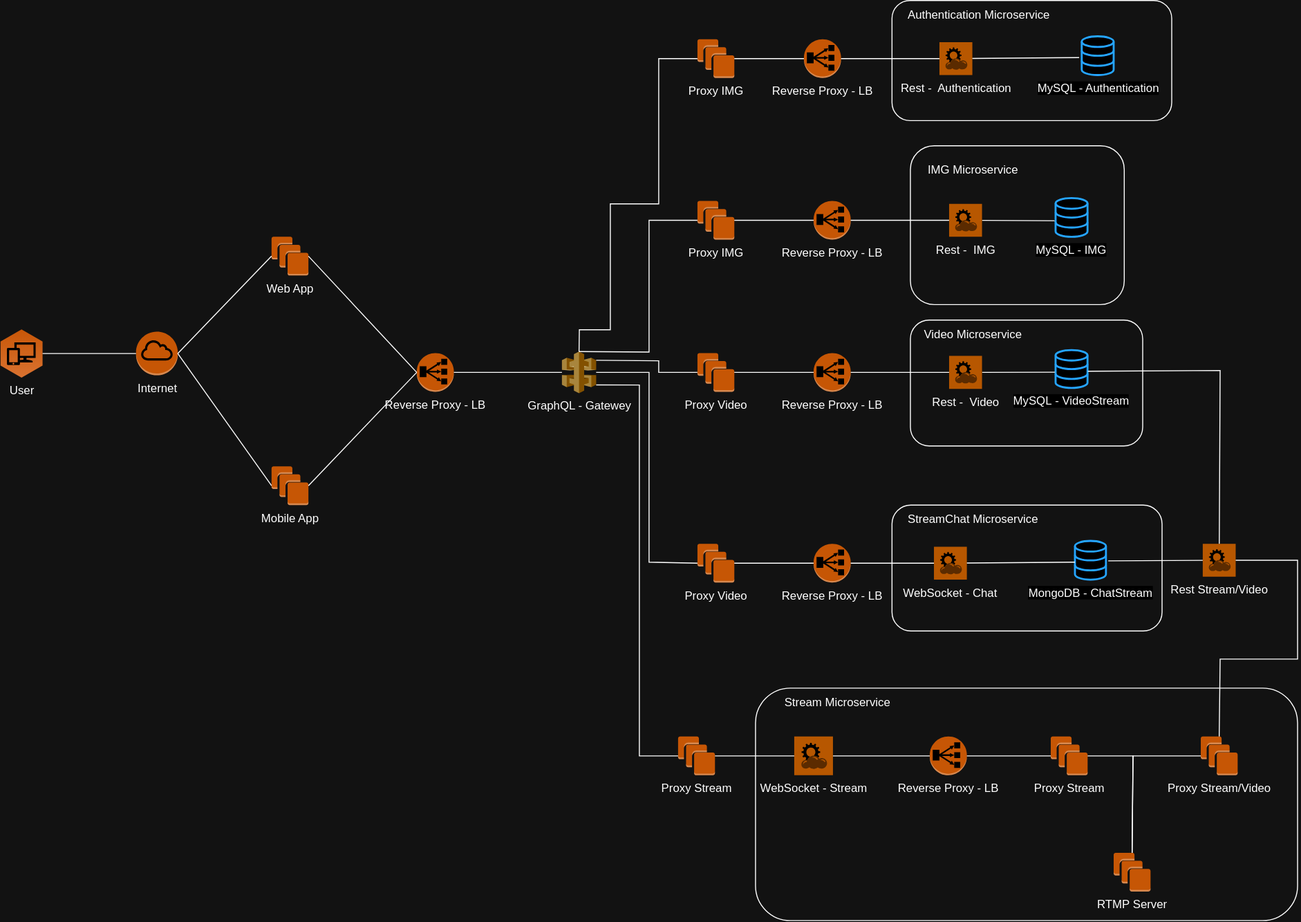
Earlier version of the draw.io export Assets/LivelyArchitecture.svg (felixasela/Lively). Source tidied: cells renumbered, new cells last; positions are measured from the earlier drawing's top-left corner, leaving out a move shared by most shapes.
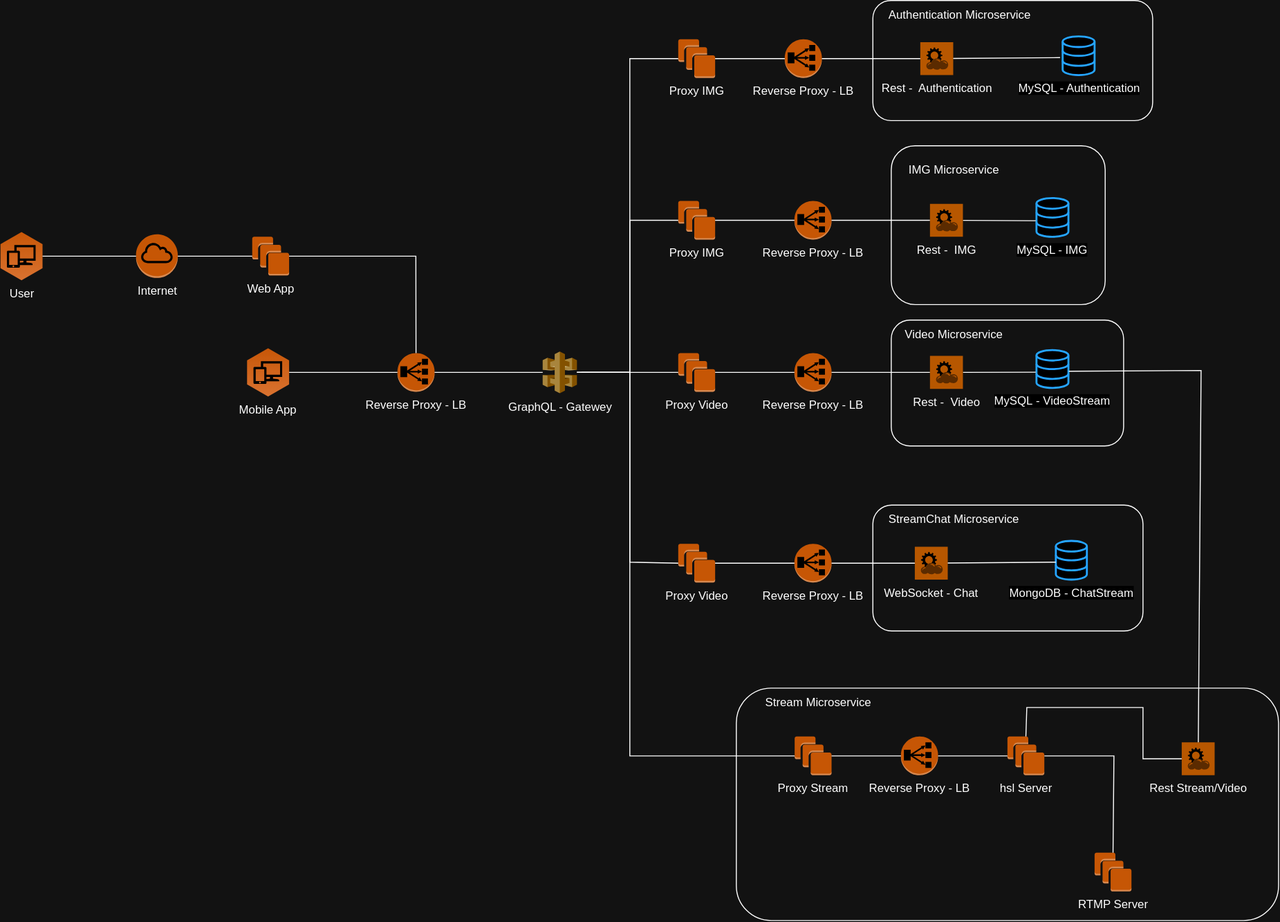
After the change.

The edit, as a diff of the source:
```diff
@@ -2,6 +2,9 @@
   <root>
     <mxCell id="0" />
     <mxCell id="1" parent="0" />
+    <mxCell id="50" style="rounded=1;whiteSpace=wrap;html=1;fillColor=none;" parent="1" vertex="1">
+      <mxGeometry x="780" y="710" width="560" height="240" as="geometry" />
+    </mxCell>
     <mxCell id="2" style="rounded=1;whiteSpace=wrap;html=1;fillColor=none;" parent="1" vertex="1">
       <mxGeometry x="940" y="330" width="240" height="130" as="geometry" />
     </mxCell>
@@ -23,15 +26,13 @@
     <mxCell id="8" value="Web App" style="outlineConnect=0;dashed=0;verticalLabelPosition=bottom;verticalAlign=top;align=center;html=1;shape=mxgraph.aws3.instances;fillColor=#F58534;gradientColor=none;" parent="1" vertex="1">
       <mxGeometry x="280" y="244" width="38.1" height="40" as="geometry" />
     </mxCell>
-    <mxCell id="9" value="Mobile App" style="outlineConnect=0;dashed=0;verticalLabelPosition=bottom;verticalAlign=top;align=center;html=1;shape=mxgraph.aws3.instances;fillColor=#F58534;gradientColor=none;" parent="1" vertex="1">
-      <mxGeometry x="280" y="481" width="38.1" height="40" as="geometry" />
-    </mxCell>
-    <mxCell id="10" style="endArrow=none;html=1;rounded=0;entryX=0;entryY=0.5;entryDx=0;entryDy=0;entryPerimeter=0;exitX=1;exitY=0.5;exitDx=0;exitDy=0;exitPerimeter=0;" parent="1" edge="1" source="8" target="7">
-      <mxGeometry relative="1" as="geometry" />
+    <mxCell id="10" style="endArrow=none;html=1;rounded=0;entryX=0.5;entryY=0;entryDx=0;entryDy=0;entryPerimeter=0;exitX=1;exitY=0.5;exitDx=0;exitDy=0;exitPerimeter=0;" parent="1" edge="1" source="8" target="7">
+      <mxGeometry relative="1" as="geometry">
+        <Array as="points">
+          <mxPoint x="449" y="264" />
+        </Array>
+      </mxGeometry>
     </mxCell>
-    <mxCell id="11" style="endArrow=none;html=1;rounded=0;entryX=0;entryY=0.5;entryDx=0;entryDy=0;entryPerimeter=0;exitX=1;exitY=0.5;exitDx=0;exitDy=0;exitPerimeter=0;" parent="1" edge="1" source="9" target="7">
-      <mxGeometry relative="1" as="geometry" />
-    </mxCell>
     <mxCell id="12" style="endArrow=none;html=1;rounded=0;exitX=1;exitY=0.5;exitDx=0;exitDy=0;exitPerimeter=0;" parent="1" edge="1" source="7" target="5">
       <mxGeometry relative="1" as="geometry" />
     </mxCell>
@@ -47,10 +48,10 @@
     <mxCell id="16" style="endArrow=none;html=1;rounded=0;entryX=0;entryY=0.5;entryDx=0;entryDy=0;entryPerimeter=0;exitX=1;exitY=0.5;exitDx=0;exitDy=0;exitPerimeter=0;" parent="1" edge="1" source="14" target="13">
       <mxGeometry relative="1" as="geometry" />
     </mxCell>
-    <mxCell id="17" style="endArrow=none;html=1;rounded=0;entryX=0;entryY=0.5;entryDx=0;entryDy=0;entryPerimeter=0;exitX=0.5;exitY=0;exitDx=0;exitDy=0;exitPerimeter=0;" parent="1" edge="1" source="5" target="14">
+    <mxCell id="17" style="endArrow=none;html=1;rounded=0;entryX=0;entryY=0.5;entryDx=0;entryDy=0;entryPerimeter=0;" parent="1" edge="1" source="5" target="14">
       <mxGeometry relative="1" as="geometry">
         <Array as="points">
-          <mxPoint x="670" y="363" />
+          <mxPoint x="670" y="384" />
           <mxPoint x="670" y="227" />
         </Array>
       </mxGeometry>
@@ -73,10 +74,10 @@
     <mxCell id="23" style="endArrow=none;html=1;rounded=0;entryX=0;entryY=0.5;entryDx=0;entryDy=0;entryPerimeter=0;exitX=1;exitY=0.5;exitDx=0;exitDy=0;exitPerimeter=0;" parent="1" edge="1" source="21" target="20">
       <mxGeometry relative="1" as="geometry" />
     </mxCell>
-    <mxCell id="24" style="endArrow=none;html=1;rounded=0;entryX=0;entryY=0.5;entryDx=0;entryDy=0;entryPerimeter=0;exitX=1;exitY=0.21;exitDx=0;exitDy=0;exitPerimeter=0;" parent="1" edge="1" source="5" target="21">
+    <mxCell id="24" style="endArrow=none;html=1;rounded=0;entryX=0;entryY=0.5;entryDx=0;entryDy=0;entryPerimeter=0;" parent="1" edge="1" target="21">
       <mxGeometry relative="1" as="geometry">
+        <mxPoint x="620" y="384" as="sourcePoint" />
         <Array as="points">
-          <mxPoint x="680" y="372" />
           <mxPoint x="680" y="384" />
         </Array>
       </mxGeometry>
@@ -85,41 +86,31 @@
       <mxGeometry x="950" y="160" width="110" height="30" as="geometry" />
     </mxCell>
     <mxCell id="26" value="Internet" style="outlineConnect=0;dashed=0;verticalLabelPosition=bottom;verticalAlign=top;align=center;html=1;shape=mxgraph.aws3.internet_gateway;fillColor=#F58534;gradientColor=none;" parent="1" vertex="1">
-      <mxGeometry x="140" y="342" width="43.1" height="45" as="geometry" />
+      <mxGeometry x="160" y="241.5" width="43.1" height="45" as="geometry" />
     </mxCell>
     <mxCell id="27" value="User" style="outlineConnect=0;dashed=0;verticalLabelPosition=bottom;verticalAlign=top;align=center;html=1;shape=mxgraph.aws3.workspaces;fillColor=#D16A28;gradientColor=#F58435;gradientDirection=north;" parent="1" vertex="1">
-      <mxGeometry y="339.6" width="43.4" height="49.8" as="geometry" />
+      <mxGeometry x="20" y="239.1" width="43.4" height="49.8" as="geometry" />
     </mxCell>
     <mxCell id="28" style="endArrow=none;html=1;rounded=0;exitX=1;exitY=0.5;exitDx=0;exitDy=0;exitPerimeter=0;entryX=0;entryY=0.5;entryDx=0;entryDy=0;entryPerimeter=0;" parent="1" edge="1" source="27" target="26">
       <mxGeometry relative="1" as="geometry" />
     </mxCell>
-    <mxCell id="29" style="endArrow=none;html=1;rounded=0;entryX=0;entryY=0.5;entryDx=0;entryDy=0;entryPerimeter=0;exitX=1;exitY=0.5;exitDx=0;exitDy=0;exitPerimeter=0;" parent="1" edge="1" source="26" target="8">
+    <mxCell id="29" style="endArrow=none;html=1;rounded=0;entryX=0;entryY=0.5;entryDx=0;entryDy=0;entryPerimeter=0;exitX=1;exitY=0.5;exitDx=0;exitDy=0;exitPerimeter=0;" parent="1" edge="1" source="9" target="7">
       <mxGeometry relative="1" as="geometry" />
     </mxCell>
-    <mxCell id="30" style="endArrow=none;html=1;rounded=0;entryX=0;entryY=0.5;entryDx=0;entryDy=0;entryPerimeter=0;exitX=1;exitY=0.5;exitDx=0;exitDy=0;exitPerimeter=0;" parent="1" edge="1" source="26" target="9">
-      <mxGeometry relative="1" as="geometry" />
-    </mxCell>
     <mxCell id="31" value="MongoDB - ChatStream" style="html=1;verticalLabelPosition=bottom;align=center;labelBackgroundColor=#ffffff;verticalAlign=top;strokeWidth=2;strokeColor=#0080F0;shadow=0;dashed=0;shape=mxgraph.ios7.icons.data;" parent="1" vertex="1">
       <mxGeometry x="1110" y="558" width="32" height="40" as="geometry" />
     </mxCell>
     <mxCell id="32" value="Reverse Proxy - LB" style="outlineConnect=0;dashed=0;verticalLabelPosition=bottom;verticalAlign=top;align=center;html=1;shape=mxgraph.aws3.classic_load_balancer;fillColor=#F58534;gradientColor=none;" parent="1" vertex="1">
-      <mxGeometry x="960" y="760" width="38.3" height="40" as="geometry" />
+      <mxGeometry x="950" y="760" width="38.3" height="40" as="geometry" />
     </mxCell>
-    <mxCell id="33" value="Proxy Stream" style="outlineConnect=0;dashed=0;verticalLabelPosition=bottom;verticalAlign=top;align=center;html=1;shape=mxgraph.aws3.instances;fillColor=#F58534;gradientColor=none;" parent="1" vertex="1">
-      <mxGeometry x="700" y="760" width="38.1" height="40" as="geometry" />
-    </mxCell>
-    <mxCell id="34" style="endArrow=none;html=1;rounded=0;entryX=0;entryY=0.5;entryDx=0;entryDy=0;entryPerimeter=0;exitX=1;exitY=0.8;exitDx=0;exitDy=0;exitPerimeter=0;" parent="1" edge="1" source="5" target="33">
+    <mxCell id="34" style="endArrow=none;html=1;rounded=0;entryX=0;entryY=0.5;entryDx=0;entryDy=0;entryPerimeter=0;" parent="1" edge="1" source="5" target="40">
       <mxGeometry relative="1" as="geometry">
         <Array as="points">
-          <mxPoint x="660" y="397" />
-          <mxPoint x="660" y="480" />
-          <mxPoint x="660" y="780" />
+          <mxPoint x="670" y="384" />
+          <mxPoint x="670" y="780" />
         </Array>
       </mxGeometry>
     </mxCell>
-    <mxCell id="35" value="WebSocket - Stream" style="shadow=0;dashed=0;html=1;strokeColor=none;fillColor=#EF8F21;labelPosition=center;verticalLabelPosition=bottom;verticalAlign=top;align=center;outlineConnect=0;shape=mxgraph.veeam.2d.restful_apis;" parent="1" vertex="1">
-      <mxGeometry x="820" y="760" width="40" height="40" as="geometry" />
-    </mxCell>
     <mxCell id="36" value="Video Microservice" style="text;html=1;strokeColor=none;fillColor=none;align=center;verticalAlign=middle;whiteSpace=wrap;rounded=0;" parent="1" vertex="1">
       <mxGeometry x="950" y="330" width="110" height="30" as="geometry" />
     </mxCell>
@@ -133,46 +124,18 @@
       <mxGeometry x="1150" y="880" width="38.1" height="40" as="geometry" />
     </mxCell>
     <mxCell id="40" value="Proxy Stream" style="outlineConnect=0;dashed=0;verticalLabelPosition=bottom;verticalAlign=top;align=center;html=1;shape=mxgraph.aws3.instances;fillColor=#F58534;gradientColor=none;" parent="1" vertex="1">
-      <mxGeometry x="1085" y="760" width="38.1" height="40" as="geometry" />
+      <mxGeometry x="840.2" y="760" width="38.1" height="40" as="geometry" />
     </mxCell>
-    <mxCell id="41" value="Proxy Stream/Video" style="outlineConnect=0;dashed=0;verticalLabelPosition=bottom;verticalAlign=top;align=center;html=1;shape=mxgraph.aws3.instances;fillColor=#F58534;gradientColor=none;" parent="1" vertex="1">
-      <mxGeometry x="1240" y="760" width="38.1" height="40" as="geometry" />
-    </mxCell>
     <mxCell id="42" value="Rest Stream/Video" style="shadow=0;dashed=0;html=1;strokeColor=none;fillColor=#EF8F21;labelPosition=center;verticalLabelPosition=bottom;verticalAlign=top;align=center;outlineConnect=0;shape=mxgraph.veeam.2d.restful_apis;" parent="1" vertex="1">
-      <mxGeometry x="1242" y="561" width="34" height="34" as="geometry" />
+      <mxGeometry x="1240" y="766" width="34" height="34" as="geometry" />
     </mxCell>
-    <mxCell id="43" style="endArrow=none;html=1;rounded=0;entryX=0.5;entryY=0;entryDx=0;entryDy=0;entryPerimeter=0;exitX=1;exitY=0.5;exitDx=0;exitDy=0;exitPerimeter=0;" parent="1" edge="1" source="40" target="39">
-      <mxGeometry relative="1" as="geometry">
-        <Array as="points">
-          <mxPoint x="1170" y="780" />
-        </Array>
-      </mxGeometry>
-    </mxCell>
-    <mxCell id="44" style="endArrow=none;html=1;rounded=0;entryX=0.5;entryY=0;entryDx=0;entryDy=0;entryPerimeter=0;exitX=0;exitY=0.5;exitDx=0;exitDy=0;exitPerimeter=0;" parent="1" edge="1" source="41" target="39">
+    <mxCell id="44" style="endArrow=none;html=1;rounded=0;entryX=0.5;entryY=0;entryDx=0;entryDy=0;entryPerimeter=0;exitX=1;exitY=0.5;exitDx=0;exitDy=0;exitPerimeter=0;" parent="1" edge="1" source="73" target="39">
       <mxGeometry relative="1" as="geometry">
         <Array as="points">
           <mxPoint x="1170" y="780" />
         </Array>
       </mxGeometry>
     </mxCell>
-    <mxCell id="45" style="endArrow=none;html=1;rounded=0;entryX=0.5;entryY=0;entryDx=0;entryDy=0;entryPerimeter=0;" parent="1" edge="1" source="42" target="41">
-      <mxGeometry relative="1" as="geometry">
-        <Array as="points">
-          <mxPoint x="1340" y="578" />
-          <mxPoint x="1340" y="680" />
-          <mxPoint x="1260" y="680" />
-        </Array>
-      </mxGeometry>
-    </mxCell>
-    <mxCell id="46" style="endArrow=none;html=1;rounded=0;entryX=0;entryY=0.5;entryDx=0;entryDy=0;entryPerimeter=0;exitX=1;exitY=0.5;exitDx=0;exitDy=0;exitPerimeter=0;" parent="1" edge="1" source="32" target="40">
-      <mxGeometry relative="1" as="geometry" />
-    </mxCell>
-    <mxCell id="47" style="endArrow=none;html=1;rounded=0;entryX=0;entryY=0.5;entryDx=0;entryDy=0;entryPerimeter=0;" parent="1" edge="1" source="35" target="32">
-      <mxGeometry relative="1" as="geometry" />
-    </mxCell>
-    <mxCell id="48" style="endArrow=none;html=1;rounded=0;exitX=1;exitY=0.5;exitDx=0;exitDy=0;exitPerimeter=0;" parent="1" edge="1" source="33" target="35">
-      <mxGeometry relative="1" as="geometry" />
-    </mxCell>
     <mxCell id="49" style="endArrow=none;html=1;rounded=0;entryX=1.013;entryY=0.56;entryDx=0;entryDy=0;entryPerimeter=0;" parent="1" edge="1" source="42" target="18">
       <mxGeometry relative="1" as="geometry">
         <Array as="points">
@@ -180,9 +143,6 @@
         </Array>
       </mxGeometry>
     </mxCell>
-    <mxCell id="50" style="rounded=1;whiteSpace=wrap;html=1;fillColor=none;" parent="1" vertex="1">
-      <mxGeometry x="780" y="710" width="560" height="240" as="geometry" />
-    </mxCell>
     <mxCell id="51" value="Stream Microservice" style="text;html=1;strokeColor=none;fillColor=none;align=center;verticalAlign=middle;whiteSpace=wrap;rounded=0;" parent="1" vertex="1">
       <mxGeometry x="800" y="710" width="130" height="30" as="geometry" />
     </mxCell>
@@ -200,9 +160,6 @@
         </Array>
       </mxGeometry>
     </mxCell>
-    <mxCell id="55" style="endArrow=none;html=1;rounded=0;exitX=1.073;exitY=0.515;exitDx=0;exitDy=0;exitPerimeter=0;" parent="1" edge="1" source="31" target="42">
-      <mxGeometry relative="1" as="geometry" />
-    </mxCell>
     <mxCell id="56" value="Reverse Proxy - LB" style="outlineConnect=0;dashed=0;verticalLabelPosition=bottom;verticalAlign=top;align=center;html=1;shape=mxgraph.aws3.classic_load_balancer;fillColor=#F58534;gradientColor=none;" parent="1" vertex="1">
       <mxGeometry x="840" y="561" width="38.3" height="40" as="geometry" />
     </mxCell>
@@ -242,14 +199,12 @@
     <mxCell id="68" style="endArrow=none;html=1;rounded=0;entryX=0;entryY=0.5;entryDx=0;entryDy=0;entryPerimeter=0;exitX=1;exitY=0.5;exitDx=0;exitDy=0;exitPerimeter=0;" parent="1" edge="1" source="62" target="64">
       <mxGeometry relative="1" as="geometry" />
     </mxCell>
-    <mxCell id="69" style="endArrow=none;html=1;rounded=0;entryX=0;entryY=0.5;entryDx=0;entryDy=0;entryPerimeter=0;exitX=0.5;exitY=0;exitDx=0;exitDy=0;exitPerimeter=0;" parent="1" edge="1" source="5" target="62">
+    <mxCell id="69" style="endArrow=none;html=1;rounded=0;entryX=0;entryY=0.5;entryDx=0;entryDy=0;entryPerimeter=0;" parent="1" edge="1" source="5" target="62">
       <mxGeometry relative="1" as="geometry">
         <Array as="points">
-          <mxPoint x="598" y="340" />
-          <mxPoint x="630" y="340" />
-          <mxPoint x="630" y="210" />
-          <mxPoint x="680" y="210" />
-          <mxPoint x="680" y="60" />
+          <mxPoint x="670" y="384" />
+          <mxPoint x="670" y="210" />
+          <mxPoint x="670" y="60" />
         </Array>
       </mxGeometry>
     </mxCell>
@@ -259,5 +214,29 @@
     <mxCell id="71" value="Authentication Microservice" style="text;html=1;strokeColor=none;fillColor=none;align=center;verticalAlign=middle;whiteSpace=wrap;rounded=0;" parent="1" vertex="1">
       <mxGeometry x="932" width="158" height="30" as="geometry" />
     </mxCell>
+    <mxCell id="9" value="Mobile App" style="outlineConnect=0;dashed=0;verticalLabelPosition=bottom;verticalAlign=top;align=center;html=1;shape=mxgraph.aws3.workspaces;fillColor=#D16A28;gradientColor=#F58435;gradientDirection=north;" parent="1" vertex="1">
+      <mxGeometry x="274.7" y="359.1" width="43.4" height="49.8" as="geometry" />
+    </mxCell>
+    <mxCell id="72" style="endArrow=none;html=1;rounded=0;entryX=0;entryY=0.5;entryDx=0;entryDy=0;entryPerimeter=0;exitX=1;exitY=0.5;exitDx=0;exitDy=0;exitPerimeter=0;" parent="1" edge="1" source="26" target="8">
+      <mxGeometry relative="1" as="geometry" />
+    </mxCell>
+    <mxCell id="73" value="hsl Server" style="outlineConnect=0;dashed=0;verticalLabelPosition=bottom;verticalAlign=top;align=center;html=1;shape=mxgraph.aws3.instances;fillColor=#F58534;gradientColor=none;" parent="1" vertex="1">
+      <mxGeometry x="1060" y="760" width="38.1" height="40" as="geometry" />
+    </mxCell>
+    <mxCell id="74" style="endArrow=none;html=1;rounded=0;exitX=1;exitY=0.5;exitDx=0;exitDy=0;exitPerimeter=0;entryX=0;entryY=0.5;entryDx=0;entryDy=0;entryPerimeter=0;" parent="1" edge="1" source="40" target="32">
+      <mxGeometry relative="1" as="geometry" />
+    </mxCell>
+    <mxCell id="75" style="endArrow=none;html=1;rounded=0;exitX=1;exitY=0.5;exitDx=0;exitDy=0;exitPerimeter=0;entryX=0;entryY=0.5;entryDx=0;entryDy=0;entryPerimeter=0;" parent="1" edge="1" source="32" target="73">
+      <mxGeometry relative="1" as="geometry" />
+    </mxCell>
+    <mxCell id="76" style="endArrow=none;html=1;rounded=0;exitX=0.5;exitY=0;exitDx=0;exitDy=0;exitPerimeter=0;" parent="1" edge="1" source="73" target="42">
+      <mxGeometry relative="1" as="geometry">
+        <Array as="points">
+          <mxPoint x="1080" y="730" />
+          <mxPoint x="1200" y="730" />
+          <mxPoint x="1200" y="783" />
+        </Array>
+      </mxGeometry>
+    </mxCell>
   </root>
 </mxGraphModel>
```
